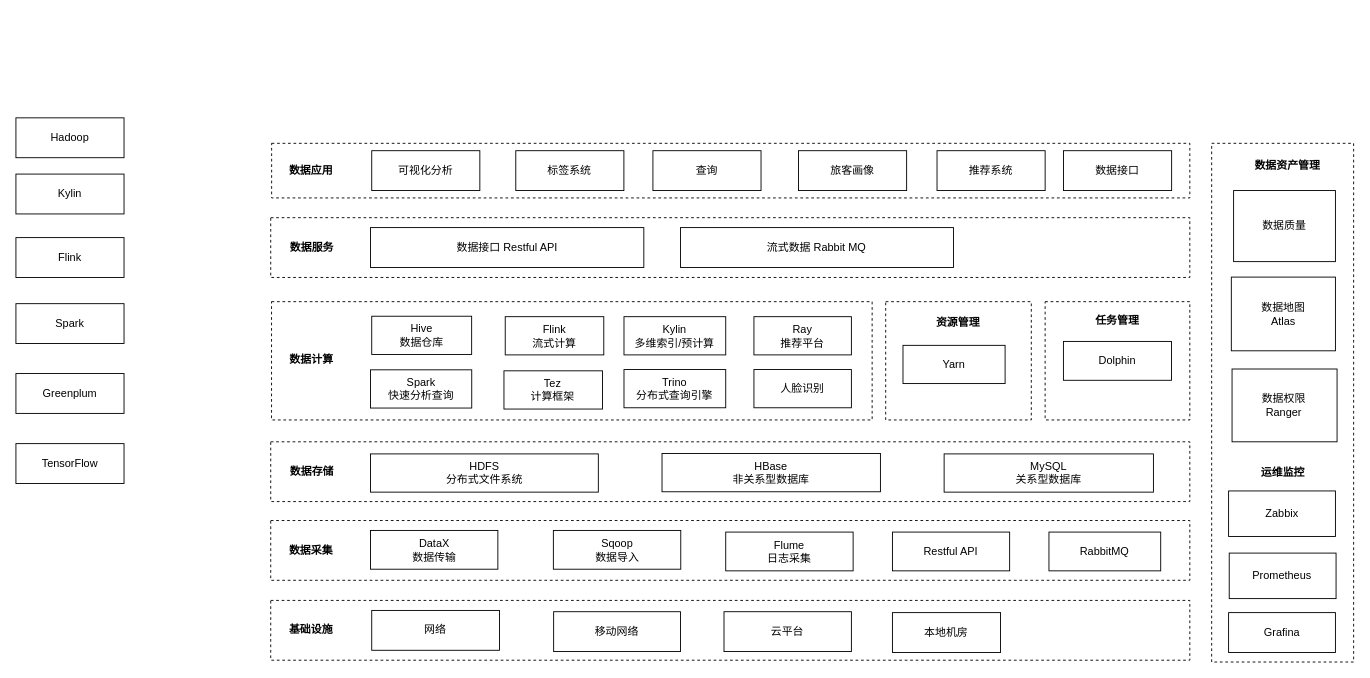
This is page "数据中台技术架构图-2" (2 of 2) of 数据中台技术架构图.drawio from huyunzhen/diagrams, a draw.io file, before an edit. Source tidied: cells renumbered, new cells numbered last; positions are measured from the earlier drawing's top-left corner, leaving out a move shared by most shapes. Both pictures are drawn from the tidied source at 91%, with x=0, y=0 at pixel (15, 15).
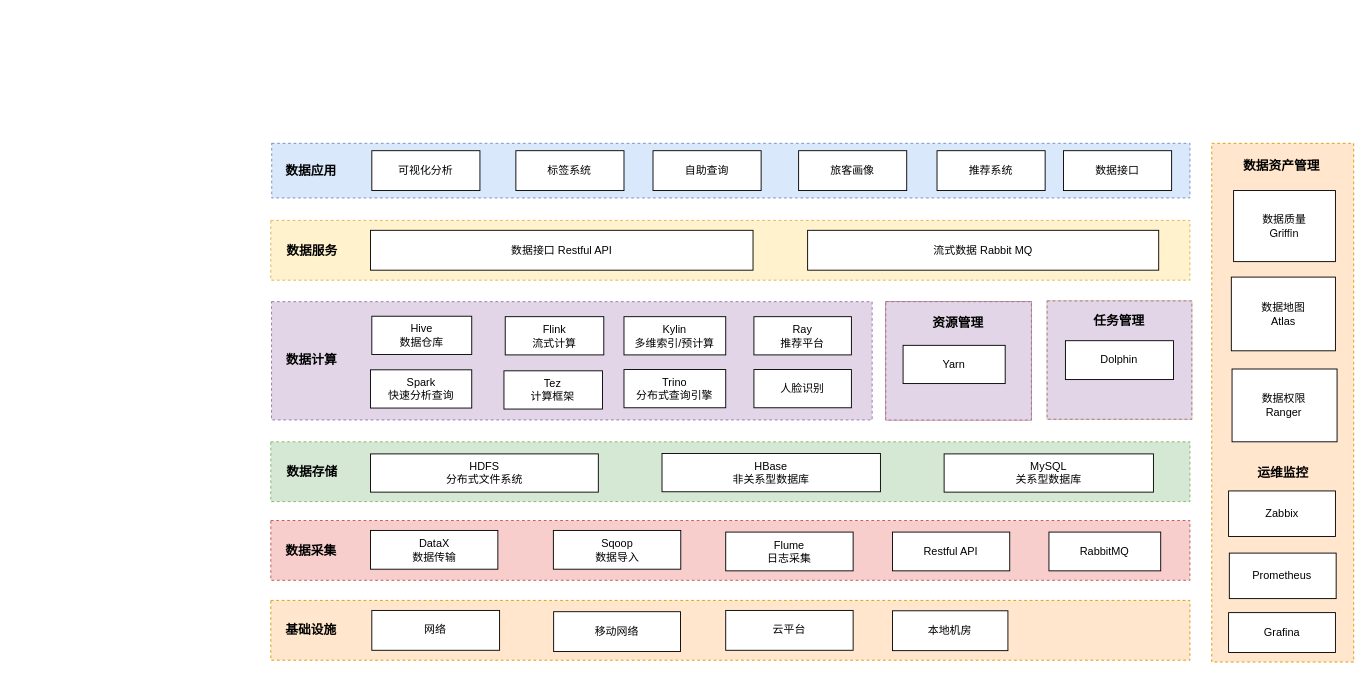
After the change.

What changed in the source:
```diff
@@
-    <mxCell id="2" style="rounded=0;whiteSpace=wrap;html=1;labelBackgroundColor=none;dashed=1;strokeWidth=1;perimeterSpacing=1;" parent="1" vertex="1">
+    <mxCell id="2" style="rounded=0;whiteSpace=wrap;html=1;labelBackgroundColor=none;dashed=1;strokeWidth=1;perimeterSpacing=1;fillColor=#e1d5e7;strokeColor=#9673a6;" parent="1" vertex="1">
       <mxGeometry x="280.9" y="314" width="660" height="130" as="geometry" />
     </mxCell>
-    <mxCell id="3" style="rounded=0;whiteSpace=wrap;html=1;labelBackgroundColor=none;dashed=1;" parent="1" vertex="1">
-      <mxGeometry x="1314" y="140" width="156" height="570" as="geometry" />
+    <mxCell id="3" style="rounded=0;whiteSpace=wrap;html=1;labelBackgroundColor=none;dashed=1;fillColor=#ffe6cc;strokeColor=#d79b00;" parent="1" vertex="1">
+      <mxGeometry x="1314.1" y="140" width="156" height="570" as="geometry" />
     </mxCell>
     <mxCell id="4" style="group;rounded=0;dashed=1;labelBackgroundColor=none;" parent="1" vertex="1">
-      <mxGeometry x="280" width="60" height="417" as="geometry" />
+      <mxGeometry x="279.9" y="270" width="60" height="417" as="geometry" />
     </mxCell>
-    <mxCell id="5" style="rounded=0;whiteSpace=wrap;html=1;labelBackgroundColor=none;dashed=1;" parent="1" vertex="1">
-      <mxGeometry x="281" y="140" width="1009" height="60" as="geometry" />
+    <mxCell id="5" style="rounded=0;whiteSpace=wrap;html=1;labelBackgroundColor=none;dashed=1;fillColor=#dae8fc;strokeColor=#6c8ebf;" parent="1" vertex="1">
+      <mxGeometry x="281.1" y="140" width="1009" height="60" as="geometry" />
     </mxCell>
-    <mxCell id="6" value="数据应用" style="text;strokeColor=none;align=center;fillColor=none;html=1;verticalAlign=middle;whiteSpace=wrap;rounded=0;labelBackgroundColor=none;fontStyle=1;" parent="1" vertex="1">
-      <mxGeometry x="280" y="153.6" width="89.1" height="32.8" as="geometry" />
+    <mxCell id="6" value="数据应用" style="text;align=center;html=1;verticalAlign=middle;whiteSpace=wrap;rounded=0;labelBackgroundColor=none;fontStyle=1;fontSize=14;" parent="1" vertex="1">
+      <mxGeometry x="280.1" y="153.6" width="89.1" height="32.8" as="geometry" />
     </mxCell>
-    <mxCell id="7" style="rounded=0;whiteSpace=wrap;html=1;labelBackgroundColor=none;dashed=1;" parent="1" vertex="1">
-      <mxGeometry x="280" y="221.7" width="1010" height="65.7" as="geometry" />
+    <mxCell id="7" style="rounded=0;whiteSpace=wrap;html=1;labelBackgroundColor=none;dashed=1;fillColor=#fff2cc;strokeColor=#d6b656;" parent="1" vertex="1">
+      <mxGeometry x="280.1" y="224.7" width="1010" height="65.7" as="geometry" />
     </mxCell>
@@
     <mxCell id="9" value="数据接口 Restful API" style="rounded=0;whiteSpace=wrap;html=1;labelBackgroundColor=none;" parent="1" vertex="1">
-      <mxGeometry x="389.6" y="232.6" width="300.4" height="43.8" as="geometry" />
+      <mxGeometry x="389.6" y="235.6" width="420.4" height="43.8" as="geometry" />
     </mxCell>
-    <mxCell id="10" value="流式数据 Rabbit MQ" style="rounded=0;whiteSpace=wrap;html=1;labelBackgroundColor=none;" parent="1" vertex="1">
-      <mxGeometry x="730.3" y="232.6" width="300" height="43.8" as="geometry" />
+    <mxCell id="10" value="流式数据 Rabbit MQ" style="rounded=0;whiteSpace=wrap;html=1;labelBackgroundColor=none;strokeColor=default;" parent="1" vertex="1">
+      <mxGeometry x="870" y="235.6" width="385.8" height="43.8" as="geometry" />
     </mxCell>
     <mxCell id="11" value="可视化分析" style="rounded=0;whiteSpace=wrap;html=1;labelBackgroundColor=none;" parent="1" vertex="1">
-      <mxGeometry x="391" y="148.1" width="118.8" height="43.8" as="geometry" />
+      <mxGeometry x="391.1" y="148.1" width="118.8" height="43.8" as="geometry" />
     </mxCell>
     <mxCell id="12" value="标签系统" style="rounded=0;whiteSpace=wrap;html=1;labelBackgroundColor=none;" parent="1" vertex="1">
-      <mxGeometry x="549.3" y="148.1" width="118.8" height="43.8" as="geometry" />
+      <mxGeometry x="549.4" y="148.1" width="118.8" height="43.8" as="geometry" />
     </mxCell>
-    <mxCell id="13" value="查询" style="rounded=0;whiteSpace=wrap;html=1;labelBackgroundColor=none;" parent="1" vertex="1">
-      <mxGeometry x="700" y="148.1" width="118.8" height="43.8" as="geometry" />
+    <mxCell id="13" value="自助查询" style="rounded=0;whiteSpace=wrap;html=1;labelBackgroundColor=none;" parent="1" vertex="1">
+      <mxGeometry x="700.1" y="148.1" width="118.8" height="43.8" as="geometry" />
     </mxCell>
@@
     <mxCell id="15" value="旅客画像" style="rounded=0;whiteSpace=wrap;html=1;labelBackgroundColor=none;" parent="1" vertex="1">
-      <mxGeometry x="860" y="148.1" width="118.8" height="43.8" as="geometry" />
+      <mxGeometry x="860.1" y="148.1" width="118.8" height="43.8" as="geometry" />
     </mxCell>
-    <mxCell id="16" style="rounded=0;whiteSpace=wrap;html=1;labelBackgroundColor=none;dashed=1;" parent="1" vertex="1">
-      <mxGeometry x="280" y="554.5" width="1010" height="65.7" as="geometry" />
+    <mxCell id="16" style="rounded=0;whiteSpace=wrap;html=1;labelBackgroundColor=none;dashed=1;fillColor=#f8cecc;strokeColor=#b85450;" parent="1" vertex="1">
+      <mxGeometry x="280.1" y="554.5" width="1010" height="65.7" as="geometry" />
     </mxCell>
-    <mxCell id="17" value="数据采集" style="text;strokeColor=none;align=center;fillColor=none;html=1;verticalAlign=middle;whiteSpace=wrap;rounded=0;labelBackgroundColor=none;fontStyle=1;" parent="1" vertex="1">
+    <mxCell id="17" value="数据采集" style="text;align=center;html=1;verticalAlign=middle;whiteSpace=wrap;rounded=0;labelBackgroundColor=none;fontStyle=1;fontSize=14;" parent="1" vertex="1">
       <mxGeometry x="279.9" y="572" width="89.1" height="32.8" as="geometry" />
     </mxCell>
-    <mxCell id="18" style="rounded=0;whiteSpace=wrap;html=1;labelBackgroundColor=none;dashed=1;" parent="1" vertex="1">
-      <mxGeometry x="280" y="468" width="1010" height="65.7" as="geometry" />
+    <mxCell id="18" style="rounded=0;whiteSpace=wrap;html=1;labelBackgroundColor=none;dashed=1;fillColor=#d5e8d4;strokeColor=#82b366;" parent="1" vertex="1">
+      <mxGeometry x="280.1" y="468" width="1010" height="65.7" as="geometry" />
     </mxCell>
@@
     <mxCell id="20" value="Restful API" style="rounded=0;whiteSpace=wrap;html=1;labelBackgroundColor=none;" parent="1" vertex="1">
-      <mxGeometry x="963.2" y="567.2" width="128.8" height="42.6" as="geometry" />
+      <mxGeometry x="963.3" y="567.2" width="128.8" height="42.6" as="geometry" />
     </mxCell>
-    <mxCell id="21" style="rounded=0;whiteSpace=wrap;html=1;labelBackgroundColor=none;dashed=1;" parent="1" vertex="1">
-      <mxGeometry x="280" y="642.3" width="1010" height="65.7" as="geometry" />
+    <mxCell id="21" style="rounded=0;whiteSpace=wrap;html=1;labelBackgroundColor=none;dashed=1;fillColor=#ffe6cc;strokeColor=#d79b00;" parent="1" vertex="1">
+      <mxGeometry x="280.1" y="642.3" width="1010" height="65.7" as="geometry" />
     </mxCell>
     <mxCell id="22" value="网络" style="rounded=0;whiteSpace=wrap;html=1;labelBackgroundColor=none;" parent="1" vertex="1">
-      <mxGeometry x="391" y="653.3" width="140.4" height="43.8" as="geometry" />
+      <mxGeometry x="391.1" y="653.3" width="140.4" height="43.8" as="geometry" />
     </mxCell>
@@
     <mxCell id="24" value="云平台" style="rounded=0;whiteSpace=wrap;html=1;labelBackgroundColor=none;" parent="1" vertex="1">
-      <mxGeometry x="778.1" y="654.7" width="140" height="43.8" as="geometry" />
+      <mxGeometry x="780" y="653.3" width="140" height="43.8" as="geometry" />
     </mxCell>
     <mxCell id="25" value="本地机房" style="rounded=0;whiteSpace=wrap;html=1;labelBackgroundColor=none;" parent="1" vertex="1">
-      <mxGeometry x="963.2" y="655.7" width="118.8" height="43.8" as="geometry" />
+      <mxGeometry x="963.3" y="653.7" width="126.8" height="43.8" as="geometry" />
     </mxCell>
-    <mxCell id="26" value="基础设施" style="text;strokeColor=none;align=center;fillColor=none;html=1;verticalAlign=middle;whiteSpace=wrap;rounded=0;labelBackgroundColor=none;fontStyle=1;" parent="1" vertex="1">
+    <mxCell id="26" value="基础设施" style="text;align=center;html=1;verticalAlign=middle;whiteSpace=wrap;rounded=0;labelBackgroundColor=none;fontStyle=1;fontSize=14;" parent="1" vertex="1">
       <mxGeometry x="279.9" y="658.7" width="89.1" height="32.8" as="geometry" />
     </mxCell>
-    <mxCell id="27" value="Hadoop" style="rounded=0;whiteSpace=wrap;html=1;labelBackgroundColor=none;" parent="1" vertex="1">
-      <mxGeometry y="112" width="118.8" height="43.8" as="geometry" />
-    </mxCell>
-    <mxCell id="28" value="Kylin" style="rounded=0;whiteSpace=wrap;html=1;labelBackgroundColor=none;" parent="1" vertex="1">
-      <mxGeometry y="173.8" width="118.8" height="43.8" as="geometry" />
-    </mxCell>
-    <mxCell id="29" value="Flink" style="rounded=0;whiteSpace=wrap;html=1;labelBackgroundColor=none;" parent="1" vertex="1">
-      <mxGeometry y="243.6" width="118.8" height="43.8" as="geometry" />
-    </mxCell>
-    <mxCell id="30" value="Spark" style="rounded=0;whiteSpace=wrap;html=1;labelBackgroundColor=none;" parent="1" vertex="1">
-      <mxGeometry y="316.2" width="118.8" height="43.8" as="geometry" />
-    </mxCell>
-    <mxCell id="31" value="Greenplum" style="rounded=0;whiteSpace=wrap;html=1;labelBackgroundColor=none;" parent="1" vertex="1">
-      <mxGeometry y="393" width="118.8" height="43.8" as="geometry" />
-    </mxCell>
-    <mxCell id="32" value="TensorFlow" style="rounded=0;whiteSpace=wrap;html=1;labelBackgroundColor=none;" parent="1" vertex="1">
-      <mxGeometry y="470" width="118.8" height="43.8" as="geometry" />
-    </mxCell>
-    <mxCell id="33" value="运维监控" style="text;strokeColor=none;align=center;fillColor=none;html=1;verticalAlign=middle;whiteSpace=wrap;rounded=0;labelBackgroundColor=none;fontStyle=1;" parent="1" vertex="1">
-      <mxGeometry x="1348.2" y="485.2" width="89.1" height="32.8" as="geometry" />
+    <mxCell id="33" value="运维监控" style="text;align=center;html=1;verticalAlign=middle;whiteSpace=wrap;rounded=0;labelBackgroundColor=none;fontStyle=1;fontSize=14;" parent="1" vertex="1">
+      <mxGeometry x="1348.3" y="485.2" width="89.1" height="32.8" as="geometry" />
     </mxCell>
@@
-    <mxCell id="38" value="数据存储" style="text;strokeColor=none;align=center;fillColor=none;html=1;verticalAlign=middle;whiteSpace=wrap;rounded=0;labelBackgroundColor=none;fontStyle=1;" parent="1" vertex="1">
+    <mxCell id="38" value="数据存储" style="text;align=center;html=1;verticalAlign=middle;whiteSpace=wrap;rounded=0;labelBackgroundColor=none;fontStyle=1;fontSize=14;" parent="1" vertex="1">
       <mxGeometry x="280.9" y="484.4" width="89.1" height="32.8" as="geometry" />
     </mxCell>
-    <mxCell id="39" value="数据服务" style="text;strokeColor=none;align=center;fillColor=none;html=1;verticalAlign=middle;whiteSpace=wrap;rounded=0;labelBackgroundColor=none;fontStyle=1;" parent="1" vertex="1">
-      <mxGeometry x="281" y="238.1" width="89.1" height="32.8" as="geometry" />
+    <mxCell id="39" value="数据服务" style="text;align=center;html=1;verticalAlign=middle;whiteSpace=wrap;rounded=0;labelBackgroundColor=none;fontStyle=1;fontSize=14;" parent="1" vertex="1">
+      <mxGeometry x="281.1" y="241.1" width="89.1" height="32.8" as="geometry" />
     </mxCell>
-    <mxCell id="40" value="数据质量" style="rounded=0;whiteSpace=wrap;html=1;labelBackgroundColor=none;" parent="1" vertex="1">
+    <mxCell id="40" value="数据质量&lt;span style=&quot;background-color: rgb(251, 251, 251);&quot;&gt;&lt;br&gt;&lt;/span&gt;&lt;div style=&quot;text-align: center;&quot;&gt;&lt;span style=&quot;background-color: rgb(255, 255, 255); font-family: &amp;quot;pingfang SC&amp;quot;, &amp;quot;helvetica neue&amp;quot;, arial, &amp;quot;hiragino sans gb&amp;quot;, &amp;quot;microsoft yahei ui&amp;quot;, &amp;quot;microsoft yahei&amp;quot;, simsun, sans-serif; text-align: start;&quot;&gt;Griffin&lt;/span&gt;&lt;/div&gt;" style="rounded=0;whiteSpace=wrap;html=1;labelBackgroundColor=none;" parent="1" vertex="1">
       <mxGeometry x="1338.1" y="191.9" width="111.9" height="78.1" as="geometry" />
     </mxCell>
@@
-    <mxCell id="42" value="数据资产管理" style="text;strokeColor=none;align=center;fillColor=none;html=1;verticalAlign=middle;whiteSpace=wrap;rounded=0;labelBackgroundColor=none;fontStyle=1;" parent="1" vertex="1">
-      <mxGeometry x="1352.9" y="148.1" width="89.1" height="32.8" as="geometry" />
+    <mxCell id="42" value="数据资产管理" style="text;align=center;html=1;verticalAlign=middle;whiteSpace=wrap;rounded=0;labelBackgroundColor=none;fontStyle=1;fontSize=14;" parent="1" vertex="1">
+      <mxGeometry x="1340.1" y="148.1" width="102.1" height="32.9" as="geometry" />
     </mxCell>
@@
     <mxCell id="44" value="Prometheus" style="rounded=0;whiteSpace=wrap;html=1;labelBackgroundColor=none;" parent="1" vertex="1">
-      <mxGeometry x="1333.3" y="590.3" width="117.4" height="50" as="geometry" />
+      <mxGeometry x="1333.4" y="590.3" width="117.4" height="50" as="geometry" />
     </mxCell>
-    <mxCell id="45" style="group;labelBackgroundColor=none;" parent="1" vertex="1">
-      <mxGeometry x="955.8" y="314" width="160" height="130" as="geometry" />
+    <mxCell id="45" style="group;labelBackgroundColor=none;fillColor=#f8cecc;strokeColor=#b85450;" parent="1" vertex="1">
+      <mxGeometry x="955.9" y="314" width="160" height="130" as="geometry" />
     </mxCell>
-    <mxCell id="46" style="rounded=0;whiteSpace=wrap;html=1;labelBackgroundColor=none;dashed=1;" parent="45" vertex="1">
-      <mxGeometry width="160" height="130" as="geometry" />
-    </mxCell>
-    <mxCell id="47" value="资源管理" style="text;strokeColor=none;align=center;fillColor=none;html=1;verticalAlign=middle;whiteSpace=wrap;rounded=0;labelBackgroundColor=none;fontStyle=1;" parent="45" vertex="1">
-      <mxGeometry x="40.4" y="9.9" width="78.9" height="25.5" as="geometry" />
-    </mxCell>
-    <mxCell id="48" value="Yarn" style="rounded=0;whiteSpace=wrap;html=1;labelBackgroundColor=none;" parent="45" vertex="1">
-      <mxGeometry x="19" y="48" width="112.2" height="42" as="geometry" />
-    </mxCell>
-    <mxCell id="49" style="group;labelBackgroundColor=none;" parent="1" vertex="1">
-      <mxGeometry x="1131" y="314" width="159" height="170" as="geometry" />
-    </mxCell>
-    <mxCell id="50" style="rounded=0;whiteSpace=wrap;html=1;labelBackgroundColor=none;dashed=1;" parent="49" vertex="1">
-      <mxGeometry width="159" height="130" as="geometry" />
-    </mxCell>
-    <mxCell id="51" value="任务管理" style="text;strokeColor=none;align=center;fillColor=none;html=1;verticalAlign=middle;whiteSpace=wrap;rounded=0;labelBackgroundColor=none;fontStyle=1;" parent="49" vertex="1">
-      <mxGeometry x="34.9" y="5.3" width="89.1" height="32" as="geometry" />
-    </mxCell>
-    <mxCell id="52" value="Dolphin" style="rounded=0;whiteSpace=wrap;html=1;labelBackgroundColor=none;" parent="49" vertex="1">
-      <mxGeometry x="20.1" y="43.7" width="118.8" height="42.7" as="geometry" />
-    </mxCell>
@@
     <mxCell id="55" value="Hive&lt;br&gt;数据仓库" style="rounded=0;whiteSpace=wrap;html=1;labelBackgroundColor=none;" parent="1" vertex="1">
-      <mxGeometry x="391" y="330" width="109.8" height="42" as="geometry" />
+      <mxGeometry x="391.1" y="330" width="109.8" height="42" as="geometry" />
     </mxCell>
@@
-    <mxCell id="57" value="数据计算" style="text;strokeColor=none;align=center;fillColor=none;html=1;verticalAlign=middle;whiteSpace=wrap;rounded=0;labelBackgroundColor=none;fontStyle=1;" parent="1" vertex="1">
-      <mxGeometry x="296.4" y="363.4" width="58.2" height="29.6" as="geometry" />
+    <mxCell id="57" value="数据计算" style="text;align=center;html=1;verticalAlign=middle;whiteSpace=wrap;rounded=0;labelBackgroundColor=none;fontStyle=1;fontSize=14;" parent="1" vertex="1">
+      <mxGeometry x="280.1" y="363.4" width="90" height="29.6" as="geometry" />
     </mxCell>
@@
+    <mxCell id="66" style="group;labelBackgroundColor=none;fillColor=#fff2cc;strokeColor=#d6b656;" parent="1" vertex="1">
+      <mxGeometry x="1133.2" y="313.2" width="159" height="130" as="geometry" />
+    </mxCell>
+    <mxCell id="46" style="rounded=0;whiteSpace=wrap;html=1;labelBackgroundColor=none;dashed=1;fillColor=#e1d5e7;strokeColor=#9673a6;" parent="1" vertex="1">
+      <mxGeometry x="955.9" y="314" width="160" height="130" as="geometry" />
+    </mxCell>
+    <mxCell id="47" value="资源管理" style="text;align=center;html=1;verticalAlign=middle;whiteSpace=wrap;rounded=0;labelBackgroundColor=none;fontStyle=1;fontSize=14;" parent="1" vertex="1">
+      <mxGeometry x="996.3" y="323.9" width="78.9" height="25.5" as="geometry" />
+    </mxCell>
+    <mxCell id="48" value="Yarn" style="rounded=0;whiteSpace=wrap;html=1;labelBackgroundColor=none;" parent="1" vertex="1">
+      <mxGeometry x="974.9" y="362" width="112.2" height="42" as="geometry" />
+    </mxCell>
+    <mxCell id="50" style="rounded=0;whiteSpace=wrap;html=1;labelBackgroundColor=none;dashed=1;fillColor=#e1d5e7;strokeColor=#9673a6;" parent="1" vertex="1">
+      <mxGeometry x="1133.2" y="313.2" width="159" height="130" as="geometry" />
+    </mxCell>
+    <mxCell id="51" value="任务管理" style="text;align=center;html=1;verticalAlign=middle;whiteSpace=wrap;rounded=0;labelBackgroundColor=none;fontStyle=1;fontSize=14;" parent="1" vertex="1">
+      <mxGeometry x="1168.2" y="318.5" width="89.1" height="32" as="geometry" />
+    </mxCell>
+    <mxCell id="52" value="Dolphin" style="rounded=0;whiteSpace=wrap;html=1;labelBackgroundColor=none;" parent="1" vertex="1">
+      <mxGeometry x="1153.3" y="356.9" width="118.8" height="42.7" as="geometry" />
+    </mxCell>
```
